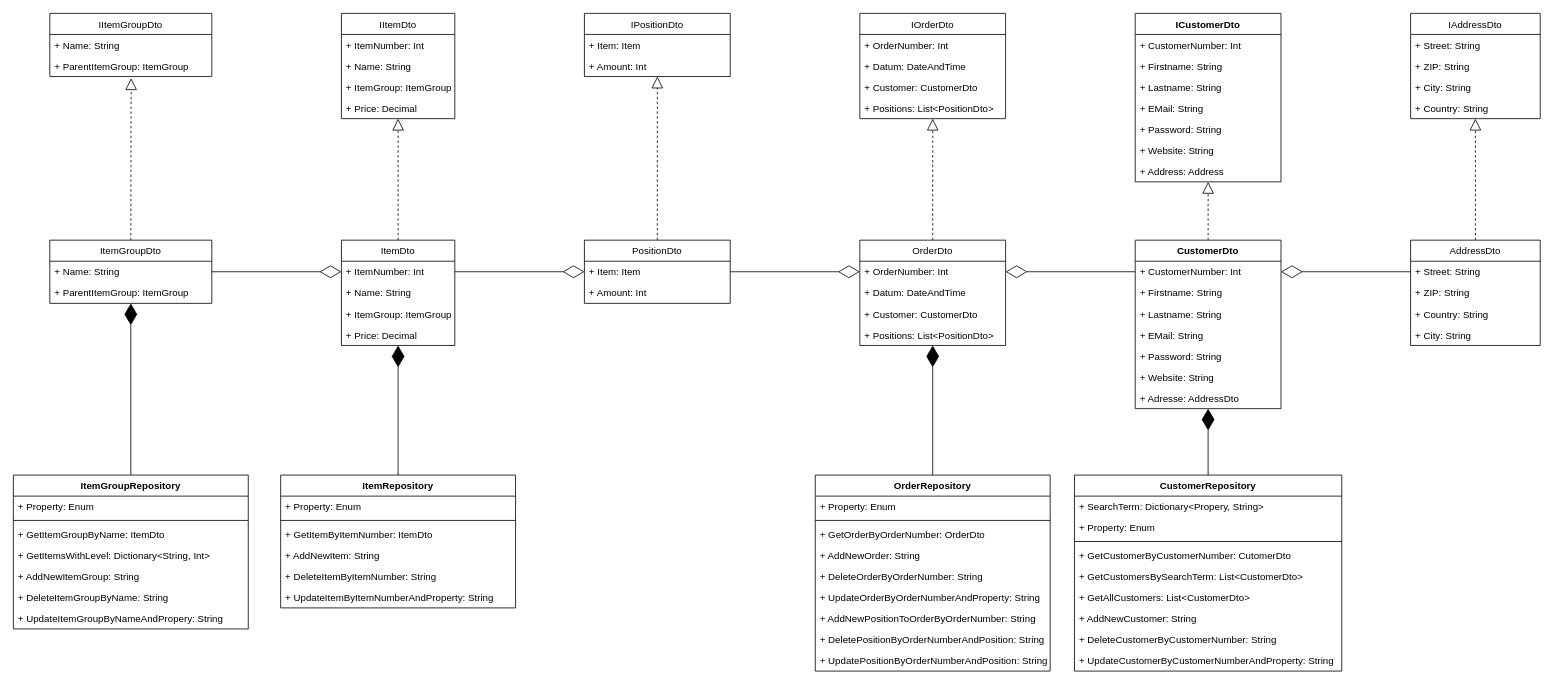
The draw.io diagram JobManagement/Designs/UML_DataAccessLayer.drawio in smat91/JobManagement, before the edit. Source tidied: cells renumbered, new cells numbered last; positions are measured from the earlier drawing's top-left corner, leaving out a move shared by most shapes. Both pictures are drawn from the tidied source at 81%, with x=0, y=0 at pixel (13, 13).
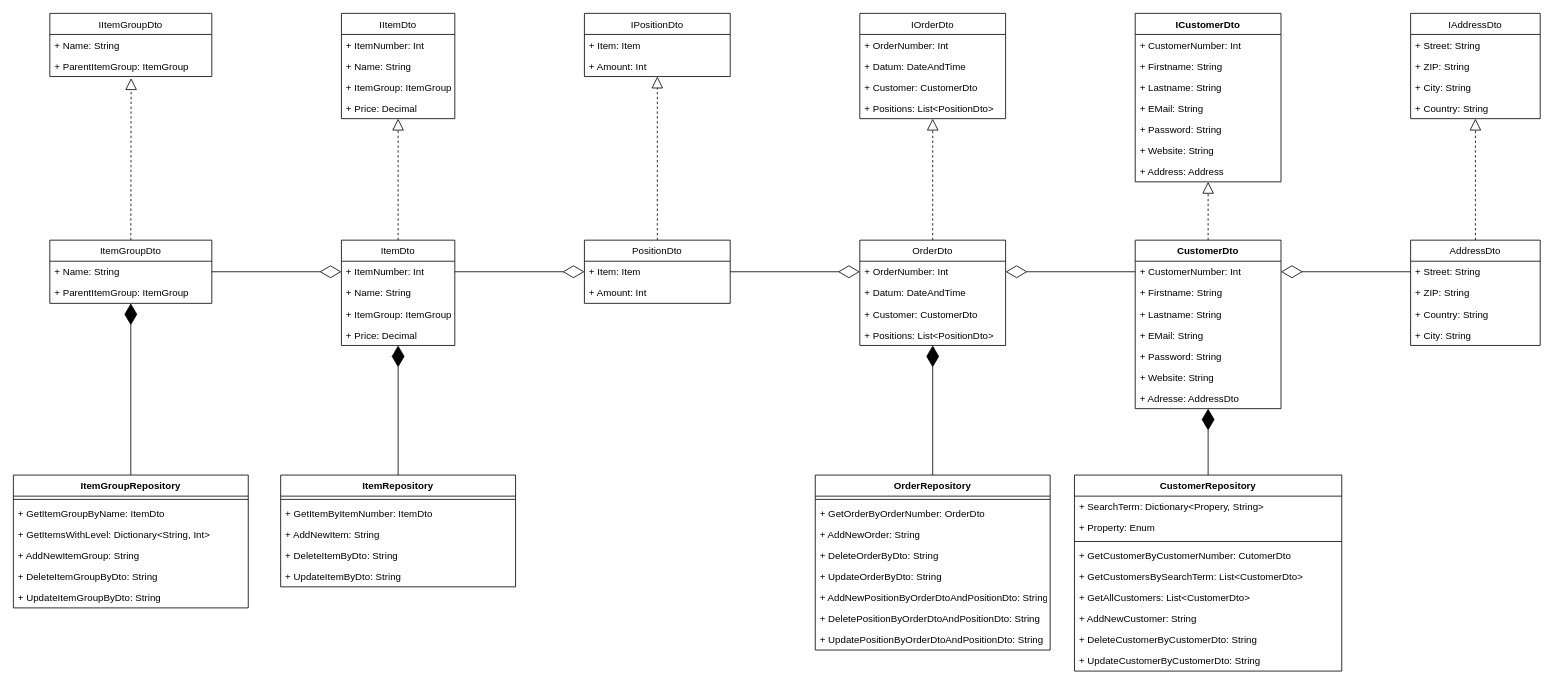
The same page after the edit.

Unchanged cells that the change refers to:
```xml
<mxCell id="44" value="CustomerRepository" style="swimlane;fontStyle=1;align=center;verticalAlign=top;horizontal=1;startSize=26;labelBackgroundColor=none;" parent="1" vertex="1">
  <mxGeometry x="1310" y="570" width="330" height="242" as="geometry" />
</mxCell>
```

The edit, as a diff of the source:
```diff
@@
-    <mxCell id="52" value="+ DeleteCustomerByCustomerNumber: String" style="text;strokeColor=none;fillColor=none;align=left;verticalAlign=top;spacingLeft=4;spacingRight=4;overflow=hidden;" parent="44" vertex="1">
+    <mxCell id="52" value="+ DeleteCustomerByCustomerDto: String" style="text;strokeColor=none;fillColor=none;align=left;verticalAlign=top;spacingLeft=4;spacingRight=4;overflow=hidden;" parent="44" vertex="1">
       <mxGeometry y="190" width="330" height="26" as="geometry" />
     </mxCell>
-    <mxCell id="53" value="+ UpdateCustomerByCustomerNumberAndProperty: String" style="text;strokeColor=none;fillColor=none;align=left;verticalAlign=top;spacingLeft=4;spacingRight=4;overflow=hidden;" parent="44" vertex="1">
+    <mxCell id="53" value="+ UpdateCustomerByCustomerDto: String" style="text;strokeColor=none;fillColor=none;align=left;verticalAlign=top;spacingLeft=4;spacingRight=4;overflow=hidden;" parent="44" vertex="1">
       <mxGeometry y="216" width="330" height="26" as="geometry" />
     </mxCell>
@@
     <mxCell id="82" value="OrderRepository" style="swimlane;fontStyle=1;align=center;verticalAlign=top;horizontal=1;startSize=26;labelBackgroundColor=none;" parent="1" vertex="1">
-      <mxGeometry x="990" y="570" width="290" height="242" as="geometry" />
+      <mxGeometry x="990" y="570" width="290" height="216" as="geometry" />
     </mxCell>
-    <mxCell id="83" value="+ Property: Enum" style="text;strokeColor=none;fillColor=none;align=left;verticalAlign=top;spacingLeft=4;spacingRight=4;overflow=hidden;" parent="82" vertex="1">
-      <mxGeometry y="26" width="290" height="26" as="geometry" />
-    </mxCell>
     <mxCell id="84" style="line;strokeWidth=1;fillColor=none;align=left;verticalAlign=middle;spacingTop=-1;spacingLeft=3;spacingRight=3;labelPosition=right;labelBackgroundColor=none;" parent="82" vertex="1">
-      <mxGeometry y="52" width="290" height="8" as="geometry" />
+      <mxGeometry y="26" width="290" height="8" as="geometry" />
     </mxCell>
     <mxCell id="85" value="+ GetOrderByOrderNumber: OrderDto" style="text;strokeColor=none;fillColor=none;align=left;verticalAlign=top;spacingLeft=4;spacingRight=4;overflow=hidden;labelBackgroundColor=none;" parent="82" vertex="1">
-      <mxGeometry y="60" width="290" height="26" as="geometry" />
+      <mxGeometry y="34" width="290" height="26" as="geometry" />
     </mxCell>
     <mxCell id="86" value="+ AddNewOrder: String" style="text;strokeColor=none;fillColor=none;align=left;verticalAlign=top;spacingLeft=4;spacingRight=4;overflow=hidden;" parent="82" vertex="1">
-      <mxGeometry y="86" width="290" height="26" as="geometry" />
+      <mxGeometry y="60" width="290" height="26" as="geometry" />
     </mxCell>
-    <mxCell id="87" value="+ DeleteOrderByOrderNumber: String" style="text;strokeColor=none;fillColor=none;align=left;verticalAlign=top;spacingLeft=4;spacingRight=4;overflow=hidden;" parent="82" vertex="1">
-      <mxGeometry y="112" width="290" height="26" as="geometry" />
+    <mxCell id="87" value="+ DeleteOrderByDto: String" style="text;strokeColor=none;fillColor=none;align=left;verticalAlign=top;spacingLeft=4;spacingRight=4;overflow=hidden;" parent="82" vertex="1">
+      <mxGeometry y="86" width="290" height="26" as="geometry" />
     </mxCell>
-    <mxCell id="88" value="+ UpdateOrderByOrderNumberAndProperty: String" style="text;strokeColor=none;fillColor=none;align=left;verticalAlign=top;spacingLeft=4;spacingRight=4;overflow=hidden;" parent="82" vertex="1">
-      <mxGeometry y="138" width="290" height="26" as="geometry" />
+    <mxCell id="88" value="+ UpdateOrderByDto: String" style="text;strokeColor=none;fillColor=none;align=left;verticalAlign=top;spacingLeft=4;spacingRight=4;overflow=hidden;" parent="82" vertex="1">
+      <mxGeometry y="112" width="290" height="26" as="geometry" />
     </mxCell>
-    <mxCell id="89" value="+ AddNewPositionToOrderByOrderNumber: String" style="text;strokeColor=none;fillColor=none;align=left;verticalAlign=top;spacingLeft=4;spacingRight=4;overflow=hidden;" parent="82" vertex="1">
-      <mxGeometry y="164" width="290" height="26" as="geometry" />
+    <mxCell id="89" value="+ AddNewPositionByOrderDtoAndPositionDto: String" style="text;strokeColor=none;fillColor=none;align=left;verticalAlign=top;spacingLeft=4;spacingRight=4;overflow=hidden;" parent="82" vertex="1">
+      <mxGeometry y="138" width="290" height="26" as="geometry" />
     </mxCell>
-    <mxCell id="90" value="+ DeletePositionByOrderNumberAndPosition: String" style="text;strokeColor=none;fillColor=none;align=left;verticalAlign=top;spacingLeft=4;spacingRight=4;overflow=hidden;" parent="82" vertex="1">
-      <mxGeometry y="190" width="290" height="26" as="geometry" />
+    <mxCell id="90" value="+ DeletePositionByOrderDtoAndPositionDto: String" style="text;strokeColor=none;fillColor=none;align=left;verticalAlign=top;spacingLeft=4;spacingRight=4;overflow=hidden;" parent="82" vertex="1">
+      <mxGeometry y="164" width="290" height="26" as="geometry" />
     </mxCell>
-    <mxCell id="91" value="+ UpdatePositionByOrderNumberAndPosition: String" style="text;strokeColor=none;fillColor=none;align=left;verticalAlign=top;spacingLeft=4;spacingRight=4;overflow=hidden;" parent="82" vertex="1">
-      <mxGeometry y="216" width="290" height="26" as="geometry" />
+    <mxCell id="91" value="+ UpdatePositionByOrderDtoAndPositionDto: String" style="text;strokeColor=none;fillColor=none;align=left;verticalAlign=top;spacingLeft=4;spacingRight=4;overflow=hidden;" parent="82" vertex="1">
+      <mxGeometry y="190" width="290" height="26" as="geometry" />
     </mxCell>
@@
     <mxCell id="93" value="ItemRepository" style="swimlane;fontStyle=1;align=center;verticalAlign=top;horizontal=1;startSize=26;labelBackgroundColor=none;" parent="1" vertex="1">
-      <mxGeometry x="330" y="570" width="290" height="164" as="geometry" />
+      <mxGeometry x="330" y="570" width="290" height="138" as="geometry" />
     </mxCell>
-    <mxCell id="94" value="+ Property: Enum" style="text;strokeColor=none;fillColor=none;align=left;verticalAlign=top;spacingLeft=4;spacingRight=4;overflow=hidden;" parent="93" vertex="1">
-      <mxGeometry y="26" width="290" height="26" as="geometry" />
-    </mxCell>
     <mxCell id="95" style="line;strokeWidth=1;fillColor=none;align=left;verticalAlign=middle;spacingTop=-1;spacingLeft=3;spacingRight=3;labelPosition=right;labelBackgroundColor=none;" parent="93" vertex="1">
-      <mxGeometry y="52" width="290" height="8" as="geometry" />
+      <mxGeometry y="26" width="290" height="8" as="geometry" />
     </mxCell>
     <mxCell id="96" value="+ GetItemByItemNumber: ItemDto" style="text;strokeColor=none;fillColor=none;align=left;verticalAlign=top;spacingLeft=4;spacingRight=4;overflow=hidden;labelBackgroundColor=none;" parent="93" vertex="1">
-      <mxGeometry y="60" width="290" height="26" as="geometry" />
+      <mxGeometry y="34" width="290" height="26" as="geometry" />
     </mxCell>
     <mxCell id="97" value="+ AddNewItem: String" style="text;strokeColor=none;fillColor=none;align=left;verticalAlign=top;spacingLeft=4;spacingRight=4;overflow=hidden;" parent="93" vertex="1">
-      <mxGeometry y="86" width="290" height="26" as="geometry" />
+      <mxGeometry y="60" width="290" height="26" as="geometry" />
     </mxCell>
-    <mxCell id="98" value="+ DeleteItemByItemNumber: String" style="text;strokeColor=none;fillColor=none;align=left;verticalAlign=top;spacingLeft=4;spacingRight=4;overflow=hidden;" parent="93" vertex="1">
-      <mxGeometry y="112" width="290" height="26" as="geometry" />
+    <mxCell id="98" value="+ DeleteItemByDto: String" style="text;strokeColor=none;fillColor=none;align=left;verticalAlign=top;spacingLeft=4;spacingRight=4;overflow=hidden;" parent="93" vertex="1">
+      <mxGeometry y="86" width="290" height="26" as="geometry" />
     </mxCell>
-    <mxCell id="99" value="+ UpdateItemByItemNumberAndProperty: String" style="text;strokeColor=none;fillColor=none;align=left;verticalAlign=top;spacingLeft=4;spacingRight=4;overflow=hidden;" parent="93" vertex="1">
-      <mxGeometry y="138" width="290" height="26" as="geometry" />
+    <mxCell id="99" value="+ UpdateItemByDto: String" style="text;strokeColor=none;fillColor=none;align=left;verticalAlign=top;spacingLeft=4;spacingRight=4;overflow=hidden;" parent="93" vertex="1">
+      <mxGeometry y="112" width="290" height="26" as="geometry" />
     </mxCell>
@@
     <mxCell id="101" value="ItemGroupRepository" style="swimlane;fontStyle=1;align=center;verticalAlign=top;horizontal=1;startSize=26;labelBackgroundColor=none;" parent="1" vertex="1">
-      <mxGeometry y="570" width="290" height="190" as="geometry" />
+      <mxGeometry y="570" width="290" height="164" as="geometry" />
     </mxCell>
-    <mxCell id="102" value="+ Property: Enum" style="text;strokeColor=none;fillColor=none;align=left;verticalAlign=top;spacingLeft=4;spacingRight=4;overflow=hidden;" parent="101" vertex="1">
-      <mxGeometry y="26" width="290" height="26" as="geometry" />
-    </mxCell>
     <mxCell id="103" style="line;strokeWidth=1;fillColor=none;align=left;verticalAlign=middle;spacingTop=-1;spacingLeft=3;spacingRight=3;labelPosition=right;labelBackgroundColor=none;" parent="101" vertex="1">
-      <mxGeometry y="52" width="290" height="8" as="geometry" />
+      <mxGeometry y="26" width="290" height="8" as="geometry" />
     </mxCell>
     <mxCell id="104" value="+ GetItemGroupByName: ItemDto" style="text;strokeColor=none;fillColor=none;align=left;verticalAlign=top;spacingLeft=4;spacingRight=4;overflow=hidden;labelBackgroundColor=none;" parent="101" vertex="1">
-      <mxGeometry y="60" width="290" height="26" as="geometry" />
+      <mxGeometry y="34" width="290" height="26" as="geometry" />
     </mxCell>
     <mxCell id="105" value="+ GetItemsWithLevel: Dictionary&lt;String, Int&gt;" style="text;strokeColor=none;fillColor=none;align=left;verticalAlign=top;spacingLeft=4;spacingRight=4;overflow=hidden;" parent="101" vertex="1">
-      <mxGeometry y="86" width="290" height="26" as="geometry" />
+      <mxGeometry y="60" width="290" height="26" as="geometry" />
     </mxCell>
     <mxCell id="106" value="+ AddNewItemGroup: String" style="text;strokeColor=none;fillColor=none;align=left;verticalAlign=top;spacingLeft=4;spacingRight=4;overflow=hidden;" parent="101" vertex="1">
-      <mxGeometry y="112" width="290" height="26" as="geometry" />
+      <mxGeometry y="86" width="290" height="26" as="geometry" />
     </mxCell>
-    <mxCell id="107" value="+ DeleteItemGroupByName: String" style="text;strokeColor=none;fillColor=none;align=left;verticalAlign=top;spacingLeft=4;spacingRight=4;overflow=hidden;" parent="101" vertex="1">
-      <mxGeometry y="138" width="290" height="26" as="geometry" />
+    <mxCell id="107" value="+ DeleteItemGroupByDto: String" style="text;strokeColor=none;fillColor=none;align=left;verticalAlign=top;spacingLeft=4;spacingRight=4;overflow=hidden;" parent="101" vertex="1">
+      <mxGeometry y="112" width="290" height="26" as="geometry" />
     </mxCell>
-    <mxCell id="108" value="+ UpdateItemGroupByNameAndPropery: String" style="text;strokeColor=none;fillColor=none;align=left;verticalAlign=top;spacingLeft=4;spacingRight=4;overflow=hidden;" parent="101" vertex="1">
-      <mxGeometry y="164" width="290" height="26" as="geometry" />
+    <mxCell id="108" value="+ UpdateItemGroupByDto: String" style="text;strokeColor=none;fillColor=none;align=left;verticalAlign=top;spacingLeft=4;spacingRight=4;overflow=hidden;" parent="101" vertex="1">
+      <mxGeometry y="138" width="290" height="26" as="geometry" />
     </mxCell>
```
